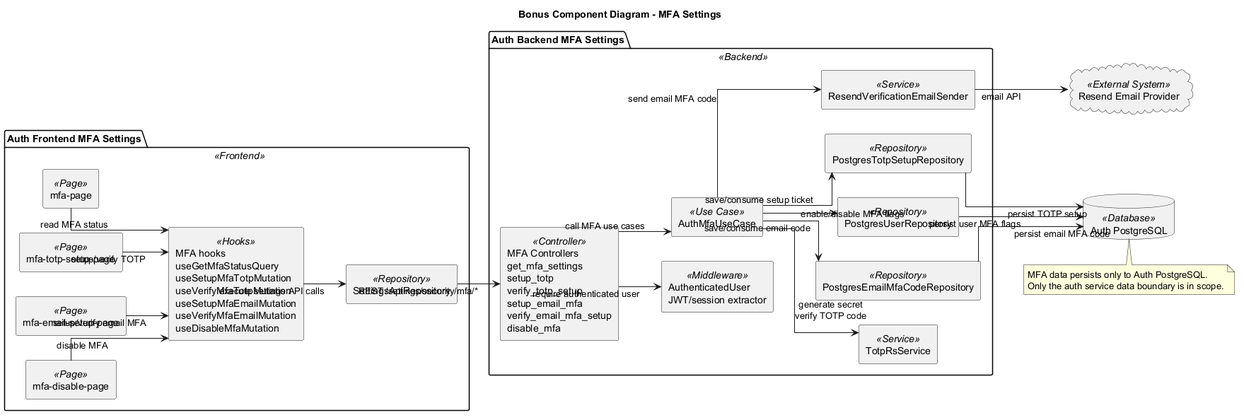
The PlantUML diagram docs/architecture/bonus-component-mfa-settings.png in advprog-2026-A10-project/Module-9-Group, before a commit.
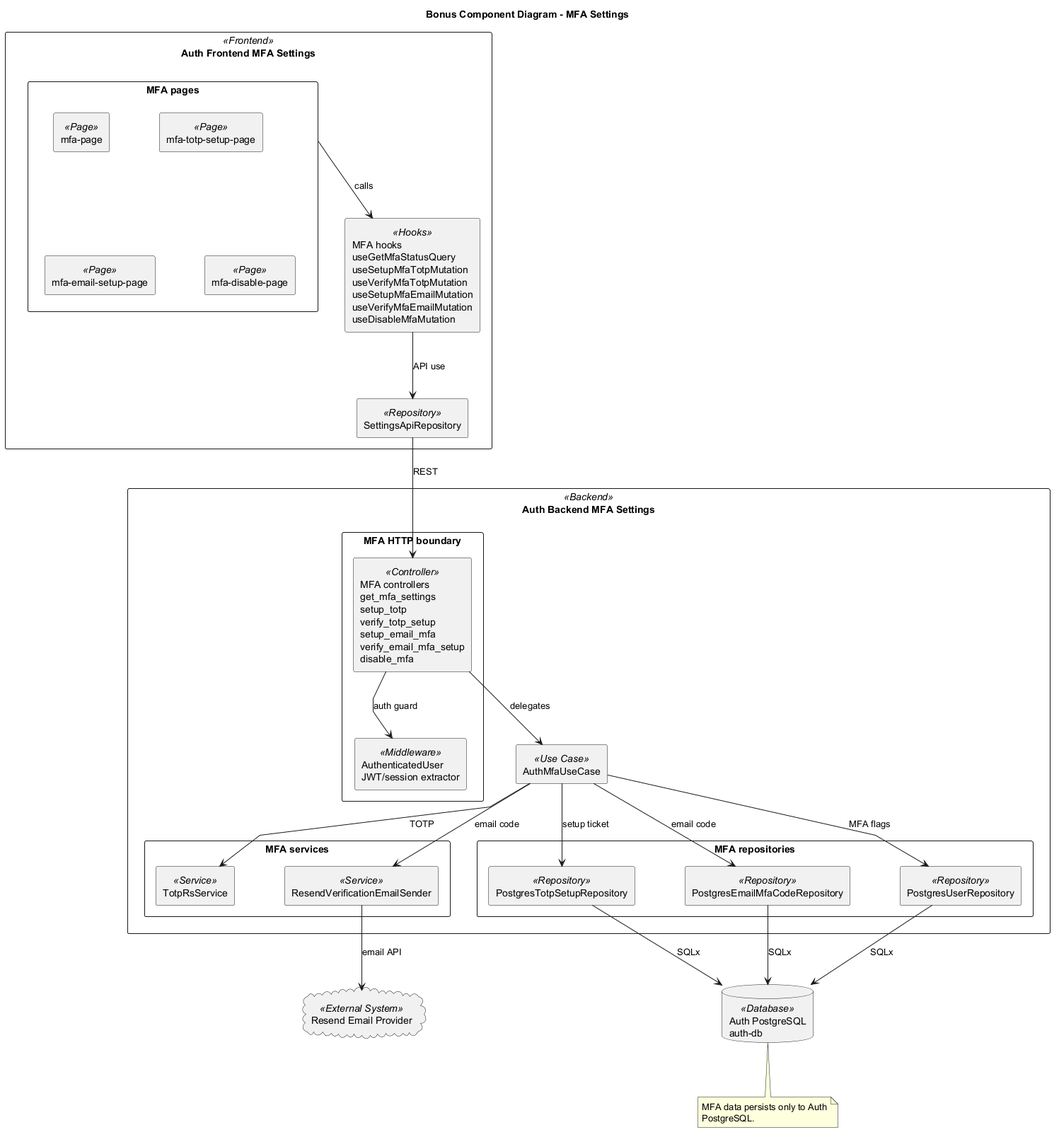
Later version of the same file.

Commit message:
fix Image for Individual container diagram of Auth Settings Security with its code diagram of the group A10 BidMart

What changed in the source:
```diff
@@ -1,55 +1,66 @@
 @startuml
 title Bonus Component Diagram - MFA Settings
-left to right direction
+top to bottom direction
 skinparam componentStyle rectangle
-skinparam linetype ortho
+skinparam linetype polyline
+skinparam nodesep 70
+skinparam ranksep 75
+skinparam wrapWidth 210
+skinparam packageStyle rectangle
 
 package "Auth Frontend MFA Settings" as AuthFE <<Frontend>> {
-  component "mfa-page" as MfaPage <<Page>>
-  component "mfa-totp-setup-page" as TotpPage <<Page>>
-  component "mfa-email-setup-page" as EmailPage <<Page>>
-  component "mfa-disable-page" as DisablePage <<Page>>
+  package "MFA pages" as MFAPages {
+    component "mfa-page" as MfaPage <<Page>>
+    component "mfa-totp-setup-page" as TotpPage <<Page>>
+    component "mfa-email-setup-page" as EmailPage <<Page>>
+    component "mfa-disable-page" as DisablePage <<Page>>
+  }
   component "MFA hooks\nuseGetMfaStatusQuery\nuseSetupMfaTotpMutation\nuseVerifyMfaTotpMutation\nuseSetupMfaEmailMutation\nuseVerifyMfaEmailMutation\nuseDisableMfaMutation" as MfaHooks <<Hooks>>
   component "SettingsApiRepository" as SettingsRepo <<Repository>>
 }
 
 package "Auth Backend MFA Settings" as AuthBE <<Backend>> {
-  component "MFA Controllers\nget_mfa_settings\nsetup_totp\nverify_totp_setup\nsetup_email_mfa\nverify_email_mfa_setup\ndisable_mfa" as Controllers <<Controller>>
-  component "AuthenticatedUser\nJWT/session extractor" as AuthExtractor <<Middleware>>
+  package "MFA HTTP boundary" as MFAHttp {
+    component "MFA controllers\nget_mfa_settings\nsetup_totp\nverify_totp_setup\nsetup_email_mfa\nverify_email_mfa_setup\ndisable_mfa" as Controllers <<Controller>>
+    component "AuthenticatedUser\nJWT/session extractor" as AuthExtractor <<Middleware>>
+  }
+
   component "AuthMfaUseCase" as AuthMfa <<Use Case>>
-  component "TotpRsService" as TotpService <<Service>>
-  component "ResendVerificationEmailSender" as EmailSender <<Service>>
-  component "PostgresTotpSetupRepository" as TotpSetupRepo <<Repository>>
-  component "PostgresEmailMfaCodeRepository" as EmailCodeRepo <<Repository>>
-  component "PostgresUserRepository" as UserRepo <<Repository>>
+
+  package "MFA services" as MFAServices {
+    component "TotpRsService" as TotpService <<Service>>
+    component "ResendVerificationEmailSender" as EmailSender <<Service>>
+  }
+
+  package "MFA repositories" as MFARepos {
+    component "PostgresTotpSetupRepository" as TotpSetupRepo <<Repository>>
+    component "PostgresEmailMfaCodeRepository" as EmailCodeRepo <<Repository>>
+    component "PostgresUserRepository" as UserRepo <<Repository>>
+  }
 }
 
-database "Auth PostgreSQL" as AuthDB <<Database>>
+database "Auth PostgreSQL\nauth-db" as AuthDB <<Database>>
 cloud "Resend Email Provider" as Resend <<External System>>
 
-MfaPage --> MfaHooks : read MFA status
-TotpPage --> MfaHooks : setup/verify TOTP
-EmailPage --> MfaHooks : setup/verify email MFA
-DisablePage --> MfaHooks : disable MFA
-MfaHooks --> SettingsRepo : execute settings API calls
+MFAPages --> MfaHooks : calls
+MfaHooks --> SettingsRepo : API use
+SettingsRepo --> Controllers : REST
 
-SettingsRepo --> Controllers : REST /settings/security/mfa/*
-Controllers --> AuthExtractor : require authenticated user
-Controllers --> AuthMfa : call MFA use cases
+Controllers --> AuthExtractor : auth guard
+Controllers --> AuthMfa : delegates
 
-AuthMfa --> TotpService : generate secret\nverify TOTP code
-AuthMfa --> TotpSetupRepo : save/consume setup ticket
-AuthMfa --> EmailSender : send email MFA code
-AuthMfa --> EmailCodeRepo : save/consume email code
-AuthMfa --> UserRepo : enable/disable MFA flags
+AuthMfa --> TotpService : TOTP
+AuthMfa --> TotpSetupRepo : setup ticket
+AuthMfa --> EmailSender : email code
+AuthMfa --> EmailCodeRepo : email code
+AuthMfa --> UserRepo : MFA flags
 
-TotpSetupRepo --> AuthDB : persist TOTP setup
-EmailCodeRepo --> AuthDB : persist email MFA code
-UserRepo --> AuthDB : persist user MFA flags
+TotpSetupRepo --> AuthDB : SQLx
+EmailCodeRepo --> AuthDB : SQLx
+UserRepo --> AuthDB : SQLx
 EmailSender --> Resend : email API
 
 note bottom of AuthDB
 MFA data persists only to Auth PostgreSQL.
-Only the auth service data boundary is in scope.
 end note
 @enduml
```
